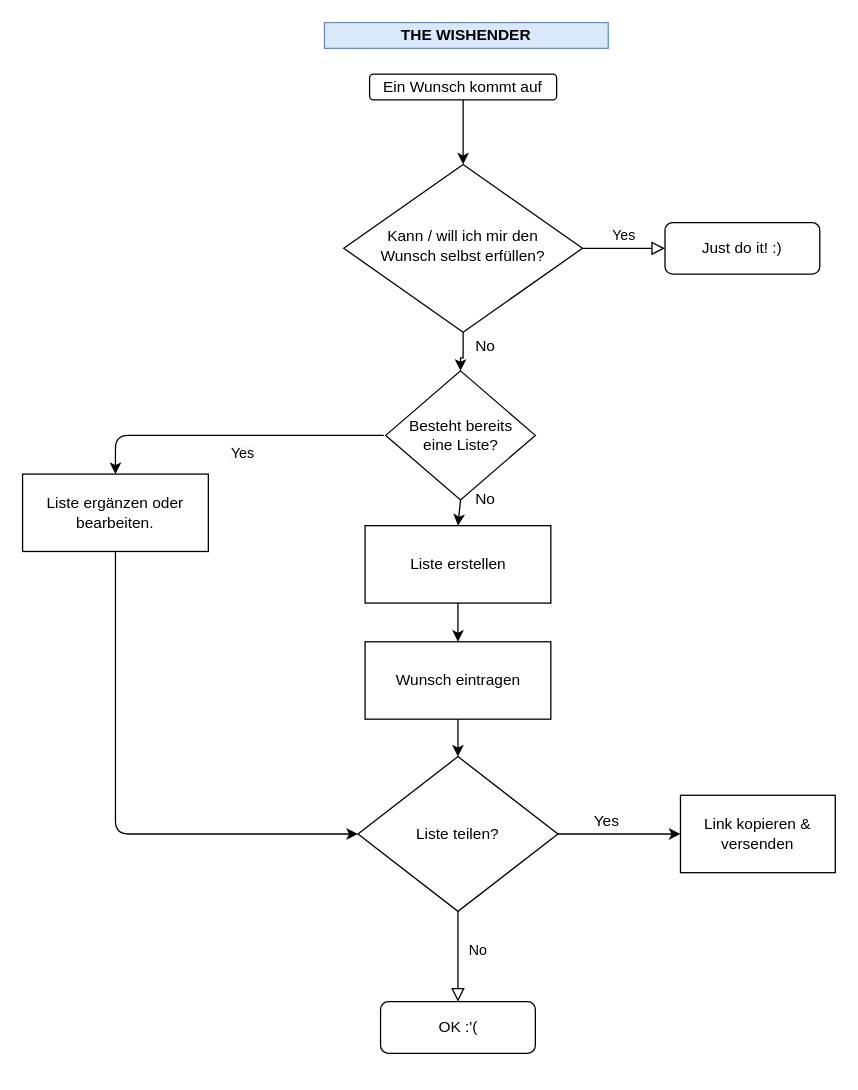
The draw.io diagram wishender.drawio in braale96/hs21_prog2, before the edit. Source tidied: cells renumbered, new cells numbered last; positions are measured from the earlier drawing's top-left corner, leaving out a move shared by most shapes. Both pictures are drawn from the tidied source at 129%, with x=0, y=0 at pixel (22, 22).
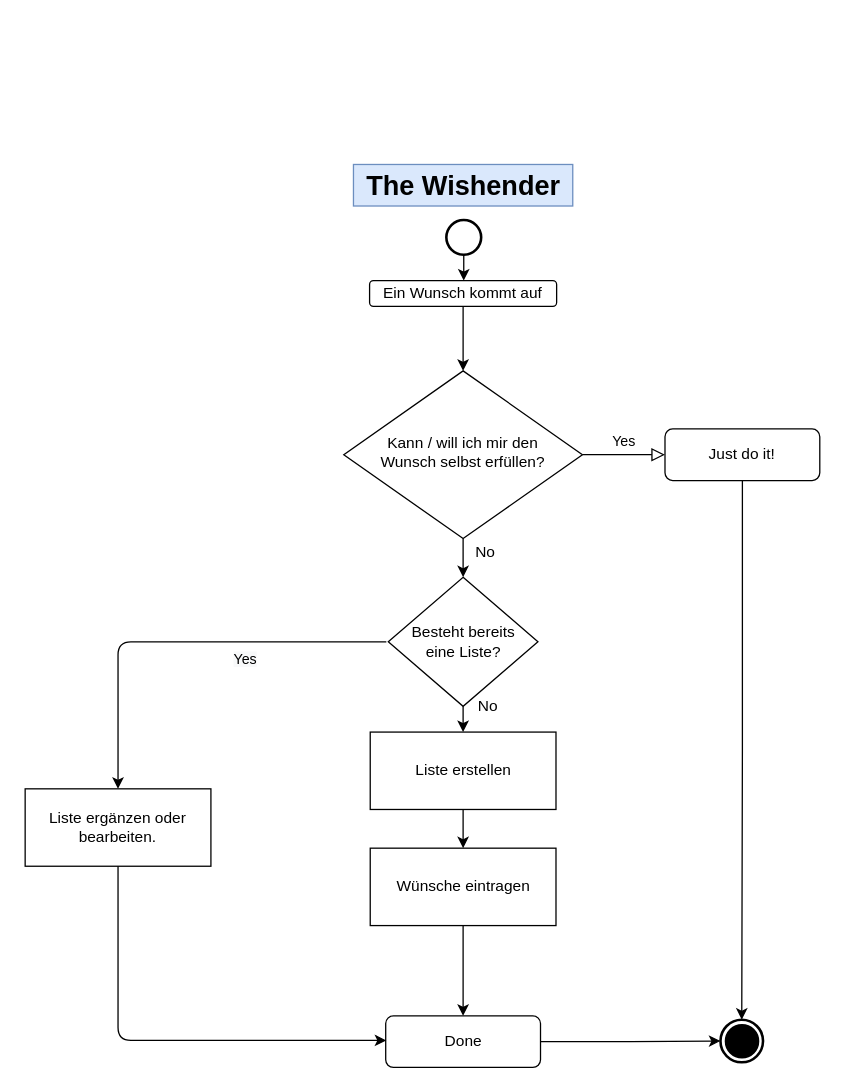
After the change.

The edit, as a diff of the source:
```diff
@@
     <mxCell id="3" value="Ein Wunsch kommt auf" style="rounded=1;whiteSpace=wrap;html=1;fontSize=12;glass=0;strokeWidth=1;shadow=0;" parent="1" vertex="1">
-      <mxGeometry x="269" y="40" width="145" height="20" as="geometry" />
+      <mxGeometry x="269" y="200" width="145" height="20" as="geometry" />
     </mxCell>
@@
     <mxCell id="6" value="&lt;font style=&quot;font-size: 12px&quot;&gt;Kann / will ich mir den Wunsch&amp;nbsp;selbst erfüllen?&lt;/font&gt;" style="rhombus;whiteSpace=wrap;html=1;shadow=0;fontFamily=Helvetica;fontSize=12;align=center;strokeWidth=1;spacing=6;spacingTop=-4;" parent="1" vertex="1">
-      <mxGeometry x="249" y="110" width="185" height="130" as="geometry" />
+      <mxGeometry x="249" y="270" width="185" height="130" as="geometry" />
     </mxCell>
+    <mxCell id="27" style="edgeStyle=orthogonalEdgeStyle;rounded=0;jettySize=auto;html=1;entryX=0.5;entryY=0;entryDx=0;entryDy=0;entryPerimeter=0;" parent="1" edge="1" source="7" target="32">
+      <mxGeometry relative="1" as="geometry" />
+    </mxCell>
-    <mxCell id="7" value="Just do it! :)" style="rounded=1;whiteSpace=wrap;html=1;fontSize=12;glass=0;strokeWidth=1;shadow=0;" parent="1" vertex="1">
-      <mxGeometry x="498" y="155" width="120" height="40" as="geometry" />
+    <mxCell id="7" value="Just do it!" style="rounded=1;whiteSpace=wrap;html=1;fontSize=12;glass=0;strokeWidth=1;shadow=0;" parent="1" vertex="1">
+      <mxGeometry x="498" y="315" width="120" height="40" as="geometry" />
     </mxCell>
-    <mxCell id="8" value="No" style="rounded=0;html=1;jettySize=auto;fontSize=11;endArrow=block;endFill=0;endSize=8;strokeWidth=1;shadow=0;labelBackgroundColor=none;edgeStyle=orthogonalEdgeStyle;exitX=0.5;exitY=1;exitDx=0;exitDy=0;" parent="1" edge="1" source="12" target="9">
-      <mxGeometry x="-0.14" y="15" relative="1" as="geometry" />
-    </mxCell>
+    <mxCell id="28" style="edgeStyle=orthogonalEdgeStyle;rounded=0;jettySize=auto;html=1;entryX=0;entryY=0.5;entryDx=0;entryDy=0;entryPerimeter=0;" parent="1" edge="1" source="9" target="32">
+      <mxGeometry relative="1" as="geometry" />
+    </mxCell>
-    <mxCell id="9" value="OK :'(" style="rounded=1;whiteSpace=wrap;html=1;fontSize=12;glass=0;strokeWidth=1;shadow=0;" parent="1" vertex="1">
-      <mxGeometry x="277.5" y="759" width="120" height="40" as="geometry" />
+    <mxCell id="9" value="Done" style="rounded=1;whiteSpace=wrap;html=1;fontSize=12;glass=0;strokeWidth=1;shadow=0;" parent="1" vertex="1">
+      <mxGeometry x="281.5" y="770" width="120" height="40" as="geometry" />
     </mxCell>
-    <mxCell id="10" value="&lt;b&gt;THE WISHENDER&lt;/b&gt;" style="text;html=1;strokeColor=#6c8ebf;fillColor=#dae8fc;align=center;verticalAlign=middle;whiteSpace=wrap;rounded=0;" parent="1" vertex="1">
-      <mxGeometry x="234" width="220" height="20" as="geometry" />
+    <mxCell id="10" value="&lt;h2&gt;&lt;b style=&quot;font-size: 21px&quot;&gt;The Wishender&lt;/b&gt;&lt;/h2&gt;" style="text;html=1;strokeColor=#6c8ebf;fillColor=#dae8fc;align=center;verticalAlign=middle;whiteSpace=wrap;rounded=0;" parent="1" vertex="1">
+      <mxGeometry x="256.5" y="110" width="170" height="32.2" as="geometry" />
     </mxCell>
-    <mxCell id="11" style="edgeStyle=orthogonalEdgeStyle;rounded=0;jettySize=auto;html=1;exitX=1;exitY=0.5;exitDx=0;exitDy=0;entryX=0;entryY=0.5;entryDx=0;entryDy=0;" parent="1" edge="1" source="12" target="15">
-      <mxGeometry relative="1" as="geometry" />
-    </mxCell>
-    <mxCell id="12" value="Liste teilen?" style="rhombus;whiteSpace=wrap;html=1;strokeWidth=1;" parent="1" vertex="1">
-      <mxGeometry x="260" y="569" width="155" height="120" as="geometry" />
-    </mxCell>
-    <mxCell id="13" value="Yes" style="text;html=1;strokeColor=none;fillColor=none;align=center;verticalAlign=middle;whiteSpace=wrap;rounded=0;" parent="1" vertex="1">
-      <mxGeometry x="432.5" y="609" width="40" height="20" as="geometry" />
-    </mxCell>
     <mxCell id="14" value="No" style="text;html=1;strokeColor=none;fillColor=none;align=center;verticalAlign=middle;whiteSpace=wrap;rounded=0;" parent="1" vertex="1">
-      <mxGeometry x="339" y="241" width="40" height="20" as="geometry" />
+      <mxGeometry x="339" y="401" width="40" height="20" as="geometry" />
     </mxCell>
-    <mxCell id="15" value="Link kopieren &amp;amp; versenden" style="rounded=0;whiteSpace=wrap;html=1;strokeWidth=1;" parent="1" vertex="1">
-      <mxGeometry x="510" y="599" width="120" height="60" as="geometry" />
-    </mxCell>
     <mxCell id="16" style="endArrow=classic;html=1;entryX=0.5;entryY=0;entryDx=0;entryDy=0;" parent="1" edge="1" target="18">
       <mxGeometry relative="1" as="geometry">
-        <mxPoint x="280" y="320" as="sourcePoint" />
+        <mxPoint x="282" y="480" as="sourcePoint" />
         <Array as="points">
-          <mxPoint x="72" y="320" />
+          <mxPoint x="74" y="480" />
         </Array>
       </mxGeometry>
     </mxCell>
     <mxCell id="17" value="&lt;span style=&quot;color: rgb(0, 0, 0); font-family: helvetica; font-size: 11px; font-style: normal; font-weight: 400; letter-spacing: normal; text-align: center; text-indent: 0px; text-transform: none; word-spacing: 0px; background-color: rgb(248, 249, 250); display: inline; float: none;&quot;&gt;Yes&lt;/span&gt;" style="text;whiteSpace=wrap;html=1;rotation=0;" parent="1" vertex="1">
-      <mxGeometry x="160" y="320" width="40" height="30" as="geometry" />
+      <mxGeometry x="162" y="480" width="40" height="30" as="geometry" />
     </mxCell>
     <mxCell id="18" value="Liste ergänzen oder bearbeiten." style="rounded=0;whiteSpace=wrap;html=1;strokeWidth=1;" parent="1" vertex="1">
-      <mxGeometry y="350" width="144" height="60" as="geometry" />
+      <mxGeometry x="2" y="594" width="144" height="60" as="geometry" />
     </mxCell>
-    <mxCell id="19" style="endArrow=classic;html=1;exitX=0.5;exitY=1;exitDx=0;exitDy=0;entryX=0;entryY=0.5;entryDx=0;entryDy=0;" parent="1" edge="1" source="18" target="12">
+    <mxCell id="19" style="endArrow=classic;html=1;exitX=0.5;exitY=1;exitDx=0;exitDy=0;" parent="1" edge="1" source="18">
       <mxGeometry relative="1" as="geometry">
+        <mxPoint x="282" y="789" as="targetPoint" />
         <Array as="points">
-          <mxPoint x="72" y="629" />
+          <mxPoint x="74" y="789" />
         </Array>
       </mxGeometry>
     </mxCell>
@@
     <mxCell id="21" value="Liste erstellen" style="rounded=0;whiteSpace=wrap;html=1;strokeWidth=1;" parent="1" vertex="1">
-      <mxGeometry x="265.5" y="390" width="144" height="60" as="geometry" />
+      <mxGeometry x="269.5" y="550" width="144" height="60" as="geometry" />
     </mxCell>
-    <mxCell id="22" value="Wunsch eintragen" style="rounded=0;whiteSpace=wrap;html=1;strokeWidth=1;" parent="1" vertex="1">
-      <mxGeometry x="265.5" y="480" width="144" height="60" as="geometry" />
+    <mxCell id="22" value="Wünsche eintragen" style="rounded=0;whiteSpace=wrap;html=1;strokeWidth=1;" parent="1" vertex="1">
+      <mxGeometry x="269.5" y="640" width="144" height="60" as="geometry" />
     </mxCell>
-    <mxCell id="23" style="endArrow=classic;html=1;entryX=0.5;entryY=0;entryDx=0;entryDy=0;exitX=0.5;exitY=1;exitDx=0;exitDy=0;" parent="1" edge="1" source="22" target="12">
+    <mxCell id="23" style="endArrow=classic;html=1;entryX=0.5;entryY=0;entryDx=0;entryDy=0;exitX=0.5;exitY=1;exitDx=0;exitDy=0;" parent="1" edge="1" source="22" target="9">
       <mxGeometry relative="1" as="geometry" />
     </mxCell>
@@
     <mxCell id="25" value="Besteht bereits &lt;br&gt;eine Liste?" style="rhombus;whiteSpace=wrap;html=1;strokeWidth=1;" parent="1" vertex="1">
-      <mxGeometry x="281.5" y="270" width="116" height="100" as="geometry" />
+      <mxGeometry x="283.5" y="430" width="116" height="100" as="geometry" />
     </mxCell>
     <mxCell id="26" value="No" style="text;html=1;strokeColor=none;fillColor=none;align=center;verticalAlign=middle;whiteSpace=wrap;rounded=0;" parent="1" vertex="1">
-      <mxGeometry x="339" y="360" width="40" height="20" as="geometry" />
+      <mxGeometry x="341" y="520" width="40" height="20" as="geometry" />
     </mxCell>
+    <mxCell id="29" style="edgeStyle=orthogonalEdgeStyle;rounded=0;jettySize=auto;html=1;entryX=0.5;entryY=0;entryDx=0;entryDy=0;" parent="1" edge="1" source="30" target="3">
+      <mxGeometry relative="1" as="geometry" />
+    </mxCell>
+    <mxCell id="30" style="strokeWidth=2;html=1;shape=mxgraph.flowchart.start_2;whiteSpace=wrap;" parent="1" vertex="1">
+      <mxGeometry x="328.5" y="153" width="27" height="27" as="geometry" />
+    </mxCell>
+    <mxCell id="31" style="group;" parent="1" vertex="1">
+      <mxGeometry x="541" y="773" width="33" height="33" as="geometry" />
+    </mxCell>
+    <mxCell id="32" style="strokeWidth=2;html=1;shape=mxgraph.flowchart.start_2;whiteSpace=wrap;fillColor=#FFFFFF;" parent="31" vertex="1">
+      <mxGeometry width="33" height="33" as="geometry" />
+    </mxCell>
+    <mxCell id="33" style="strokeWidth=2;html=1;shape=mxgraph.flowchart.start_2;whiteSpace=wrap;fillColor=#000000;" parent="31" vertex="1">
+      <mxGeometry x="4.3" y="4.3" width="24.8" height="24.8" as="geometry" />
+    </mxCell>
```
